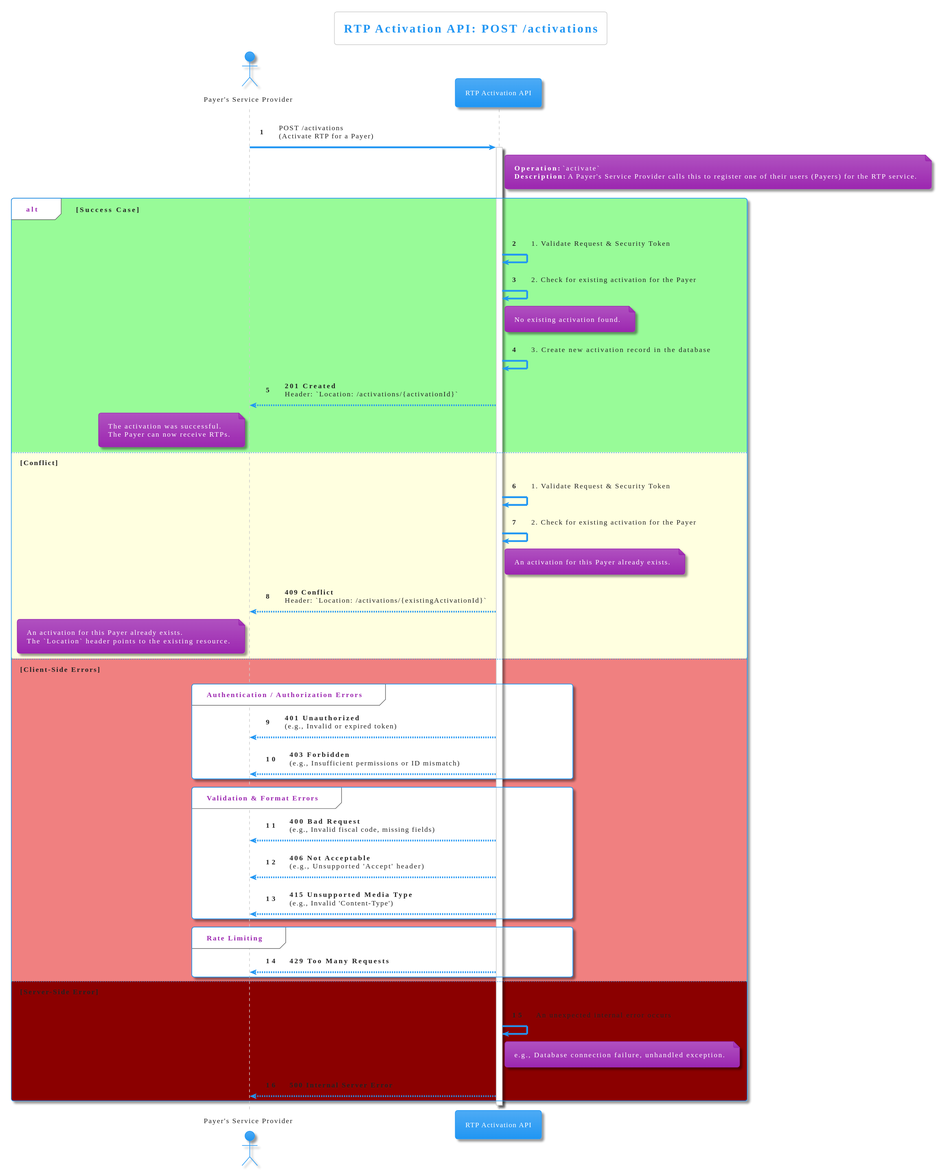
Earlier version of the PlantUML export diagrams/activation.svg (pagopa/rtp-docs).
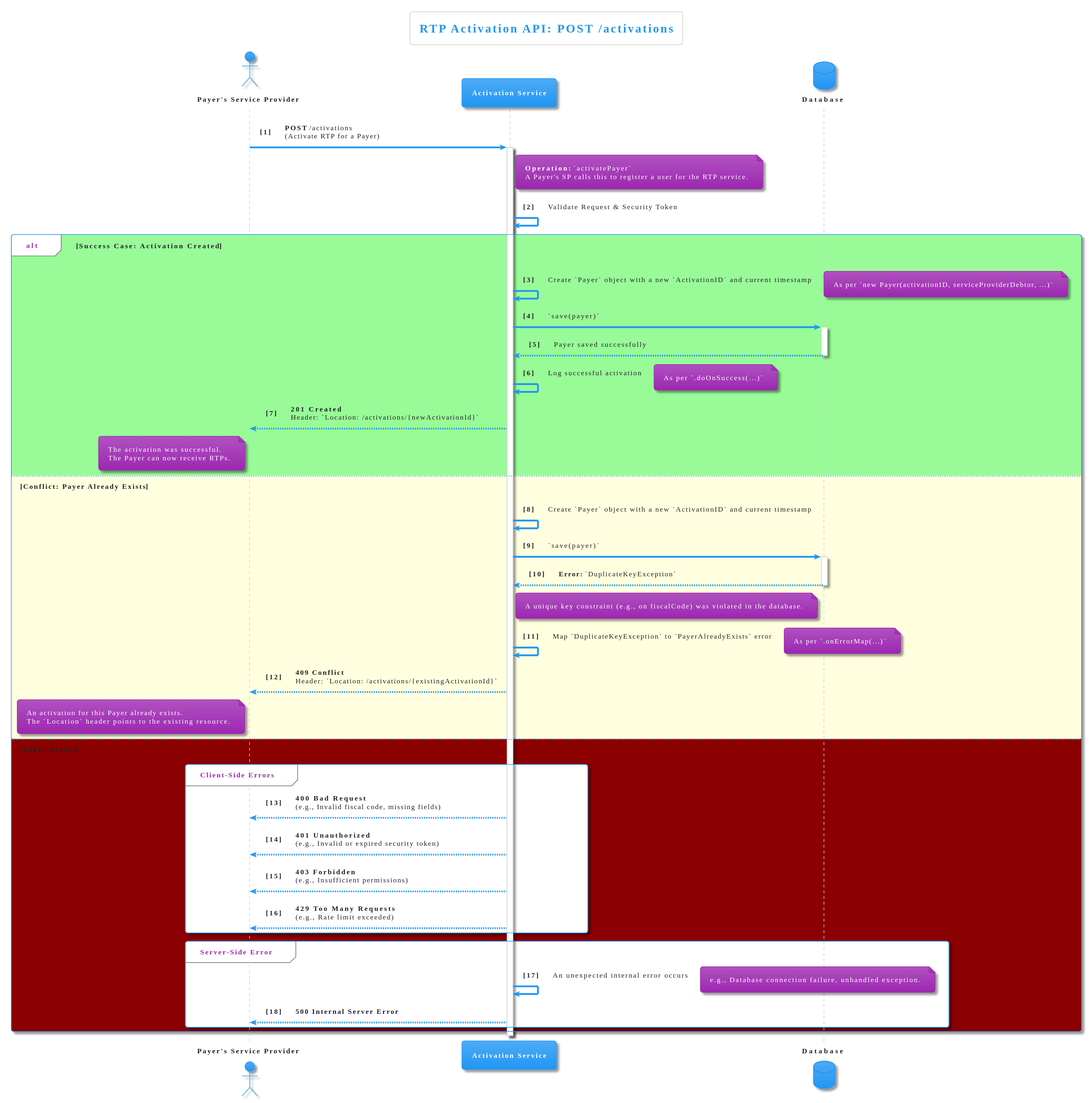
After the commit.

What changed in the source:
```diff
@@ -4,66 +4,76 @@
 
 title RTP Activation API: POST /activations
 
-actor "Payer's Service Provider" as PSP
-participant "RTP Activation API" as API
+actor "**Payer's Service Provider**" as PSP
+participant "**Activation Service**" as AS
+database "**Database**" as DB
 
-autonumber
+autonumber "<b>[0]"
 
-PSP -> API: POST /activations\n(Activate RTP for a Payer)
-activate API
+PSP -> AS: **POST** /activations\n(Activate RTP for a Payer)
+activate AS
 
-note right of API
-  **Operation:** `activate`
-  **Description:** A Payer's Service Provider calls this to register one of their users (Payers) for the RTP service.
+note right of AS
+  **Operation:** `activatePayer`
+  A Payer's SP calls this to register a user for the RTP service.
 end note
 
-alt #palegreen Success Case
+AS -> AS: Validate Request & Security Token
 
-    API -> API: 1. Validate Request & Security Token
-    API -> API: 2. Check for existing activation for the Payer
-    note right of API: No existing activation found.
-    API -> API: 3. Create new activation record in the database
-    API --> PSP: **201 Created**\nHeader: `Location: /activations/{activationId}`
+alt #palegreen **Success Case: Activation Created**
+
+    AS -> AS: Create `Payer` object with a new `ActivationID` and current timestamp
+    note right: As per `new Payer(activationID, serviceProviderDebtor, ...)`
+
+    AS -> DB: `save(payer)`
+    activate DB
+    DB --> AS: Payer saved successfully
+    deactivate DB
+
+    AS -> AS: Log successful activation
+    note right: As per `.doOnSuccess(...)`
+
+    AS --> PSP: **201 Created**\nHeader: `Location: /activations/{newActivationId}`
     note left of PSP
         The activation was successful.
         The Payer can now receive RTPs.
     end note
 
-else #lightyellow Conflict
+else #lightyellow **Conflict: Payer Already Exists**
 
-    API -> API: 1. Validate Request & Security Token
-    API -> API: 2. Check for existing activation for the Payer
-    note right of API: An activation for this Payer already exists.
-    API --> PSP: **409 Conflict**\nHeader: `Location: /activations/{existingActivationId}`
+    AS -> AS: Create `Payer` object with a new `ActivationID` and current timestamp
+
+    AS -> DB: `save(payer)`
+    activate DB
+    DB --> AS: **Error:** `DuplicateKeyException`
+    deactivate DB
+    note right of AS: A unique key constraint (e.g., on fiscalCode) was violated in the database.
+
+    AS -> AS: Map `DuplicateKeyException` to `PayerAlreadyExists` error
+    note right: As per `.onErrorMap(...)`
+
+    AS --> PSP: **409 Conflict**\nHeader: `Location: /activations/{existingActivationId}`
     note left of PSP
         An activation for this Payer already exists.
         The `Location` header points to the existing resource.
     end note
 
-else #lightcoral Client-Side Errors
+else #darkred **Other Errors**
 
-    group Authentication / Authorization Errors
-        API --> PSP: **401 Unauthorized**\n(e.g., Invalid or expired token)
-        API --> PSP: **403 Forbidden**\n(e.g., Insufficient permissions or ID mismatch)
+    group Client-Side Errors
+        AS --> PSP: **400 Bad Request**\n(e.g., Invalid fiscal code, missing fields)
+        AS --> PSP: **401 Unauthorized**\n(e.g., Invalid or expired security token)
+        AS --> PSP: **403 Forbidden**\n(e.g., Insufficient permissions)
+        AS --> PSP: **429 Too Many Requests**\n(e.g., Rate limit exceeded)
     end group
 
-    group Validation & Format Errors
-        API --> PSP: **400 Bad Request**\n(e.g., Invalid fiscal code, missing fields)
-        API --> PSP: **406 Not Acceptable**\n(e.g., Unsupported 'Accept' header)
-        API --> PSP: **415 Unsupported Media Type**\n(e.g., Invalid 'Content-Type')
+    group Server-Side Error
+        AS -> AS: An unexpected internal error occurs
+        note right: e.g., Database connection failure, unhandled exception.
+        AS --> PSP: **500 Internal Server Error**
     end group
-
-    group Rate Limiting
-        API --> PSP: **429 Too Many Requests**
-    end group
-
-else #darkred Server-Side Error
-
-    API -> API: An unexpected internal error occurs
-    note right of API: e.g., Database connection failure, unhandled exception.
-    API --> PSP: **500 Internal Server Error**
 
 end
 
-deactivate API
+deactivate AS
 @enduml
```
